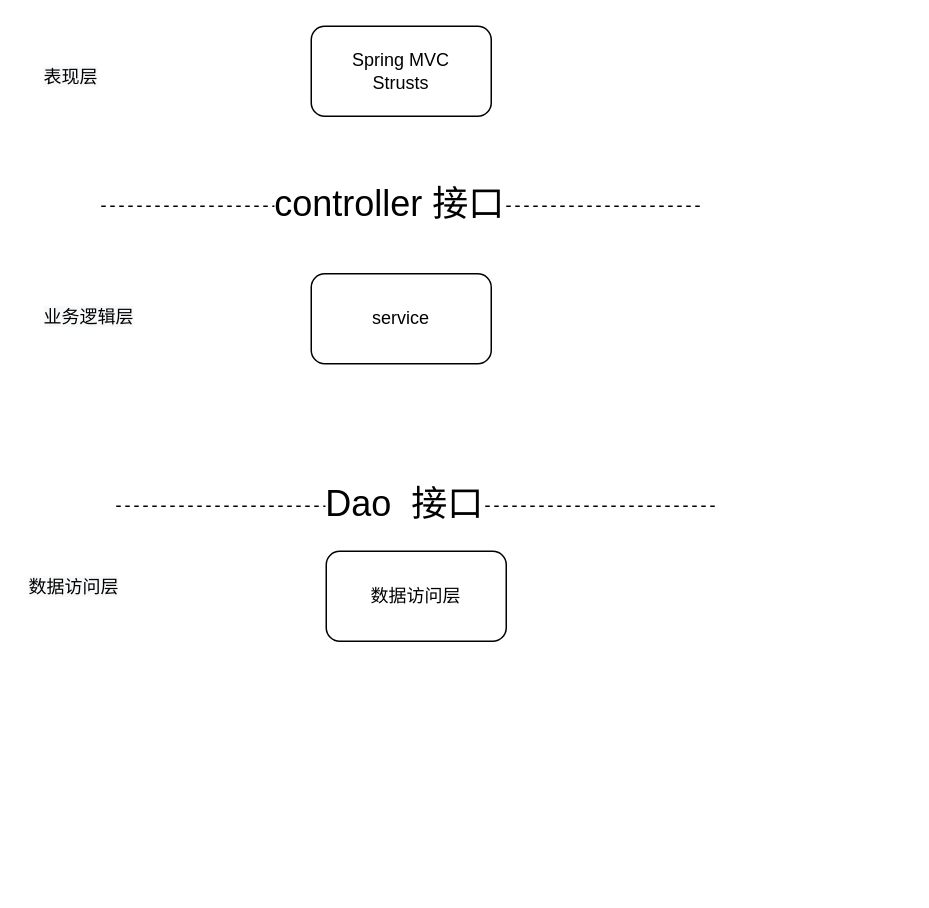
The draw.io diagram jdbc.drawio in zyazxr/AAA1Draw, before the edit. Source tidied: cells renumbered, new cells numbered last; positions are measured from the earlier drawing's top-left corner, leaving out a move shared by most shapes. Both pictures are drawn from the tidied source at 150%, with x=0, y=0 at pixel (26, 26).
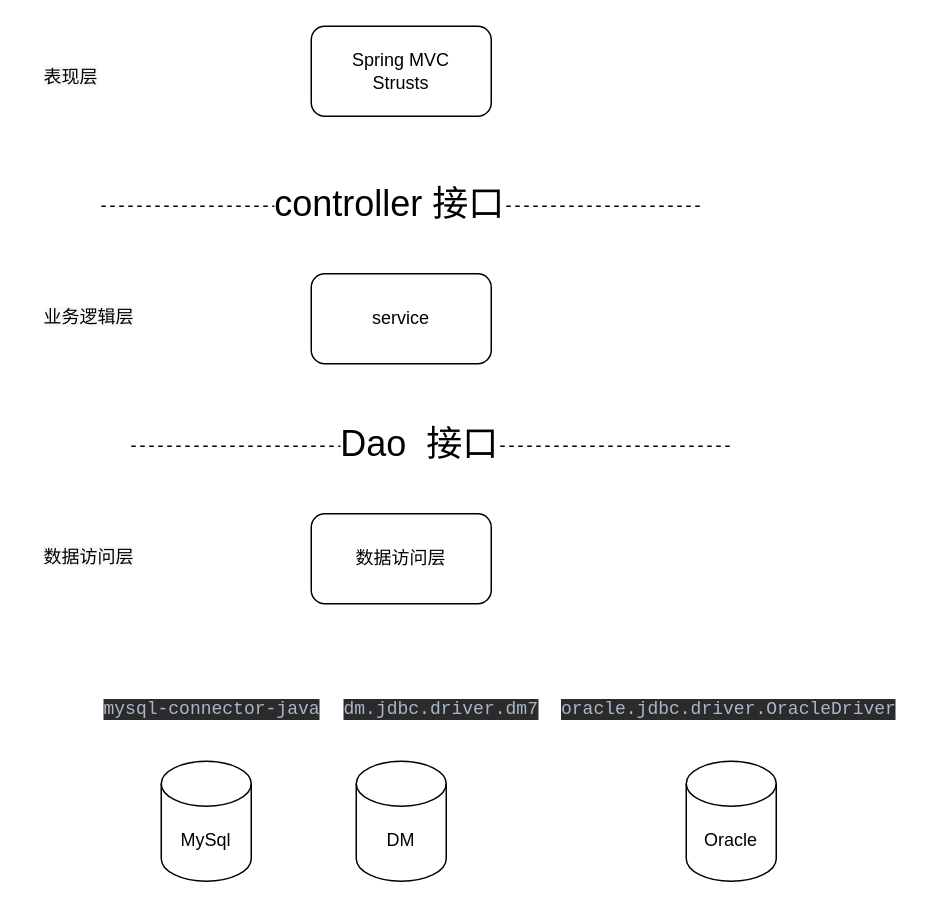
The same page after the edit.

The edit, as a diff of the source:
```diff
@@
     <mxCell id="4" value="数据访问层" style="rounded=1;whiteSpace=wrap;html=1;" parent="1" vertex="1">
-      <mxGeometry x="200" y="350" width="120" height="60" as="geometry" />
+      <mxGeometry x="190" y="325" width="120" height="60" as="geometry" />
     </mxCell>
@@
     <mxCell id="7" value="&lt;span style=&quot;color: rgb(0, 0, 0); font-family: helvetica; font-size: 12px; font-style: normal; font-weight: 400; letter-spacing: normal; text-align: center; text-indent: 0px; text-transform: none; word-spacing: 0px; background-color: rgb(248, 249, 250); display: inline; float: none;&quot;&gt;数据访问层&lt;/span&gt;" style="text;whiteSpace=wrap;html=1;" parent="1" vertex="1">
-      <mxGeometry y="360" width="90" height="30" as="geometry" />
+      <mxGeometry x="10" y="340" width="90" height="30" as="geometry" />
     </mxCell>
@@
     <mxCell id="10" style="endArrow=none;dashed=1;html=1;" parent="1" edge="1">
       <mxGeometry relative="1" as="geometry">
-        <mxPoint x="60" y="320" as="sourcePoint" />
-        <mxPoint x="460" y="320" as="targetPoint" />
+        <mxPoint x="70" y="280" as="sourcePoint" />
+        <mxPoint x="470" y="280" as="targetPoint" />
         <Array as="points">
-          <mxPoint x="350" y="320" />
+          <mxPoint x="360" y="280" />
         </Array>
       </mxGeometry>
     </mxCell>
@@
+    <mxCell id="12" value="MySql" style="shape=cylinder3;whiteSpace=wrap;html=1;boundedLbl=1;backgroundOutline=1;size=15;" parent="1" vertex="1">
+      <mxGeometry x="90" y="490" width="60" height="80" as="geometry" />
+    </mxCell>
+    <mxCell id="13" value="DM" style="shape=cylinder3;whiteSpace=wrap;html=1;boundedLbl=1;backgroundOutline=1;size=15;" parent="1" vertex="1">
+      <mxGeometry x="220" y="490" width="60" height="80" as="geometry" />
+    </mxCell>
+    <mxCell id="14" value="Oracle" style="shape=cylinder3;whiteSpace=wrap;html=1;boundedLbl=1;backgroundOutline=1;size=15;" parent="1" vertex="1">
+      <mxGeometry x="440" y="490" width="60" height="80" as="geometry" />
+    </mxCell>
+    <mxCell id="15" value="&lt;pre style=&quot;background-color: #2b2b2b ; color: #a9b7c6 ; font-family: &amp;quot;consolas&amp;quot; ; font-size: 9.0pt&quot;&gt;dm.jdbc.driver.dm7&lt;/pre&gt;" style="text;whiteSpace=wrap;html=1;" parent="1" vertex="1">
+      <mxGeometry x="210" y="430" width="140" height="50" as="geometry" />
+    </mxCell>
+    <mxCell id="16" value="&lt;pre style=&quot;color: rgb(0 , 0 , 0) ; font-size: 12px ; font-style: normal ; font-weight: 400 ; letter-spacing: normal ; text-align: center ; text-indent: 0px ; text-transform: none ; word-spacing: 0px ; background-color: rgb(43 , 43 , 43)&quot;&gt;&lt;font color=&quot;#a9b7c6&quot; face=&quot;consolas&quot;&gt;mysql-connector-java&lt;/font&gt;&lt;/pre&gt;" style="text;whiteSpace=wrap;html=1;" parent="1" vertex="1">
+      <mxGeometry x="50" y="430" width="160" height="50" as="geometry" />
+    </mxCell>
+    <mxCell id="17" value="&lt;pre style=&quot;background-color: #2b2b2b ; color: #a9b7c6 ; font-family: &amp;quot;consolas&amp;quot; ; font-size: 9.0pt&quot;&gt;oracle.jdbc.driver.OracleDriver&lt;/pre&gt;" style="text;whiteSpace=wrap;html=1;" parent="1" vertex="1">
+      <mxGeometry x="355" y="430" width="230" height="50" as="geometry" />
+    </mxCell>
```
